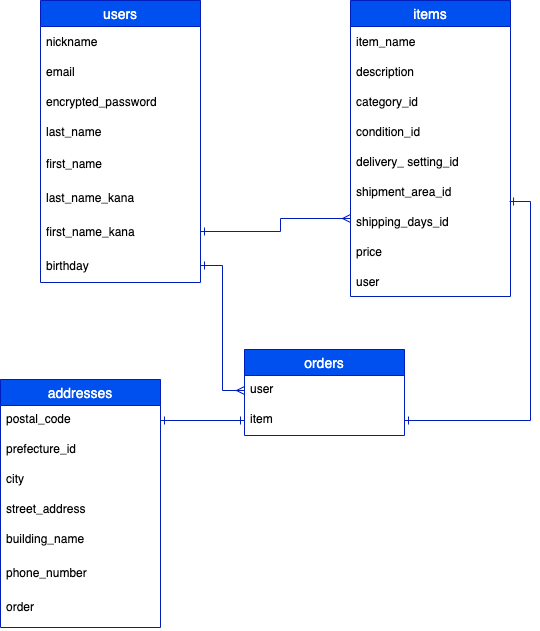
Before: furima.png, a diagram exported from draw.io (goemon-suzu/furima-34847). Source tidied: cells renumbered, new cells last; positions are measured from the earlier drawing's top-left corner, leaving out a move shared by most shapes.
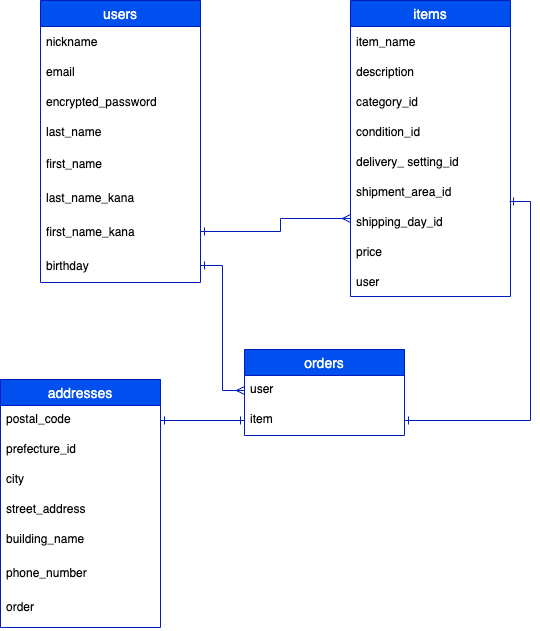
The same diagram one commit later.

The edit, as a diff of the source:
```diff
@@ -23,7 +23,7 @@
     <mxCell id="8" value="shipment_area_id" style="text;strokeColor=none;fillColor=none;spacingLeft=4;spacingRight=4;overflow=hidden;points=[[0,0.5],[1,0.5]];portConstraint=eastwest;fontSize=12;fontColor=#030303;align=left;verticalAlign=middle;" parent="2" vertex="1">
       <mxGeometry y="176" width="160" height="30" as="geometry" />
     </mxCell>
-    <mxCell id="9" value="shipping_days_id" style="text;strokeColor=none;fillColor=none;spacingLeft=4;spacingRight=4;overflow=hidden;fontSize=12;fontColor=#030303;align=left;verticalAlign=middle;" parent="2" vertex="1">
+    <mxCell id="9" value="shipping_day_id" style="text;strokeColor=none;fillColor=none;spacingLeft=4;spacingRight=4;overflow=hidden;fontSize=12;fontColor=#030303;align=left;verticalAlign=middle;" parent="2" vertex="1">
       <mxGeometry y="206" width="160" height="30" as="geometry" />
     </mxCell>
     <mxCell id="10" value="price" style="text;strokeColor=none;fillColor=none;spacingLeft=4;spacingRight=4;overflow=hidden;fontSize=12;fontColor=#030303;align=left;verticalAlign=middle;" parent="2" vertex="1">
```
